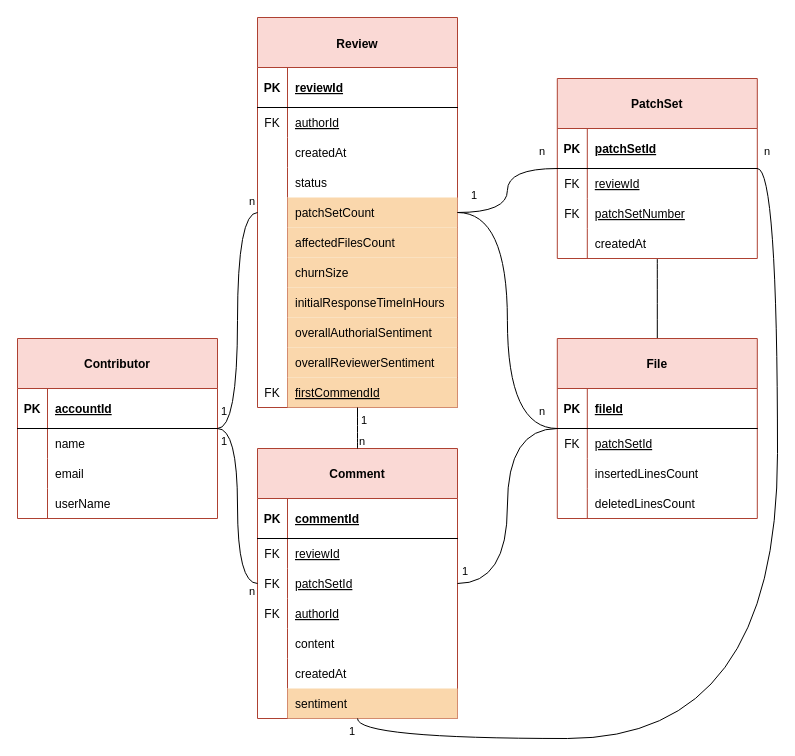
Earlier version of the draw.io diagram Untitled Diagram.drawio (kirschholzfink/cr_masterarbeit). Source tidied: cells renumbered, new cells numbered last; positions are measured from the earlier drawing's top-left corner, leaving out a move shared by most shapes. Both pictures are drawn from the tidied source at 100%, with x=0, y=0 at pixel (17, 17).
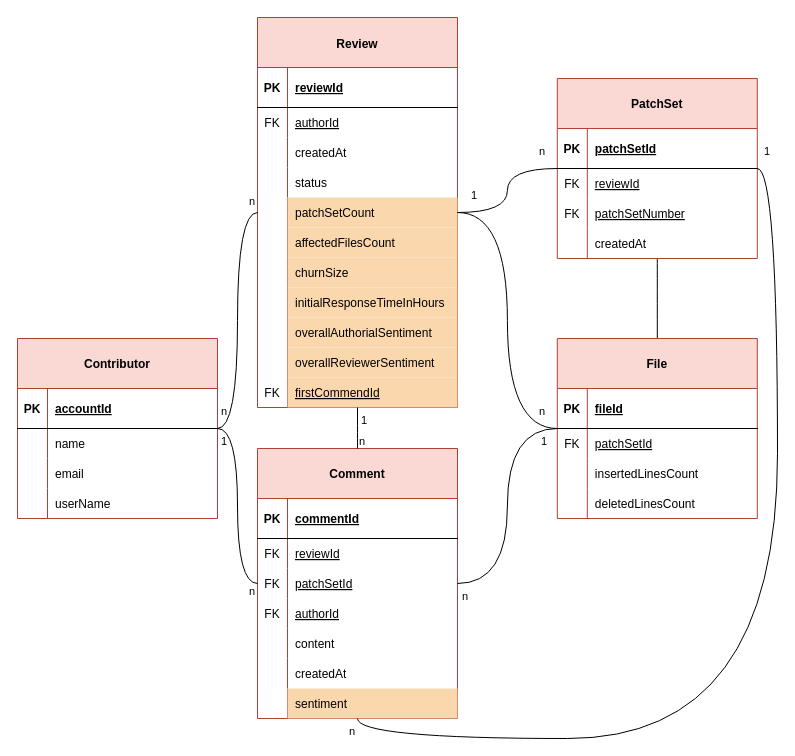
After the change.

Commit message:
v2_openstack_uml modifiy multiplicities

The change refers to these unchanged cells:
```xml
<mxCell id="98" style="endArrow=none;html=1;endSize=12;startArrow=none;startSize=14;startFill=0;edgeStyle=orthogonalEdgeStyle;fontFamily=Helvetica;strokeWidth=1;curved=1;" parent="1" edge="1" source="2" target="72">
  <mxGeometry relative="1" as="geometry" />
</mxCell>
<mxCell id="112" style="endArrow=none;html=1;endSize=12;startArrow=none;startSize=14;startFill=0;edgeStyle=orthogonalEdgeStyle;fontFamily=Helvetica;strokeWidth=1;curved=1;" parent="1" edge="1" source="59" target="36">
  <mxGeometry relative="1" as="geometry">
    <Array as="points">
      <mxPoint x="760" y="151" />
      <mxPoint x="760" y="721" />
      <mxPoint x="340" y="721" />
    </Array>
  </mxGeometry>
</mxCell>
<mxCell id="115" style="endArrow=none;html=1;endSize=12;startArrow=none;startSize=14;startFill=0;edgeStyle=orthogonalEdgeStyle;fontFamily=Helvetica;strokeWidth=1;curved=1;" parent="1" edge="1" source="85" target="36">
  <mxGeometry relative="1" as="geometry" />
</mxCell>
```

Change to the diagram source:
```diff
@@
-    <mxCell id="100" value="1" style="edgeLabel;html=1;align=right;verticalAlign=top;labelBackgroundColor=none;labelBorderColor=none;fontFamily=Helvetica;strokeWidth=2;fillColor=#BAC8D3;gradientColor=none;" parent="98" vertex="1">
+    <mxCell id="100" value="n" style="edgeLabel;html=1;align=right;verticalAlign=top;labelBackgroundColor=none;labelBorderColor=none;fontFamily=Helvetica;strokeWidth=2;fillColor=#BAC8D3;gradientColor=none;" parent="98" vertex="1">
       <mxGeometry x="1" relative="1" as="geometry">
         <mxPoint x="10" y="-30" as="offset" />
       </mxGeometry>
     </mxCell>
@@
-    <mxCell id="113" value="n" style="edgeLabel;html=1;align=left;verticalAlign=top;labelBackgroundColor=none;labelBorderColor=none;fontFamily=Helvetica;strokeWidth=2;fillColor=#BAC8D3;gradientColor=none;" parent="112" vertex="1">
+    <mxCell id="113" value="1" style="edgeLabel;html=1;align=left;verticalAlign=top;labelBackgroundColor=none;labelBorderColor=none;fontFamily=Helvetica;strokeWidth=2;fillColor=#BAC8D3;gradientColor=none;" parent="112" vertex="1">
       <mxGeometry x="-1" relative="1" as="geometry">
         <mxPoint x="5" y="-30" as="offset" />
       </mxGeometry>
     </mxCell>
-    <mxCell id="114" value="1" style="edgeLabel;html=1;align=right;verticalAlign=top;labelBackgroundColor=none;labelBorderColor=none;fontFamily=Helvetica;strokeWidth=2;fillColor=#BAC8D3;gradientColor=none;" parent="112" vertex="1">
+    <mxCell id="114" value="n" style="edgeLabel;html=1;align=right;verticalAlign=top;labelBackgroundColor=none;labelBorderColor=none;fontFamily=Helvetica;strokeWidth=2;fillColor=#BAC8D3;gradientColor=none;" parent="112" vertex="1">
       <mxGeometry x="1" relative="1" as="geometry">
         <mxPoint x="-2" as="offset" />
       </mxGeometry>
     </mxCell>
@@
-    <mxCell id="116" value="1" style="edgeLabel;html=1;align=right;verticalAlign=top;labelBackgroundColor=none;labelBorderColor=none;fontFamily=Helvetica;strokeWidth=2;fillColor=#BAC8D3;gradientColor=none;" parent="115" vertex="1">
+    <mxCell id="116" value="n" style="edgeLabel;html=1;align=right;verticalAlign=top;labelBackgroundColor=none;labelBorderColor=none;fontFamily=Helvetica;strokeWidth=2;fillColor=#BAC8D3;gradientColor=none;" parent="115" vertex="1">
       <mxGeometry x="1" relative="1" as="geometry">
-        <mxPoint x="11" y="-25" as="offset" />
+        <mxPoint x="11" as="offset" />
       </mxGeometry>
     </mxCell>
+    <mxCell id="117" value="1" style="edgeLabel;html=1;align=right;verticalAlign=top;labelBackgroundColor=none;labelBorderColor=none;fontFamily=Helvetica;strokeWidth=2;fillColor=#BAC8D3;gradientColor=none;" parent="1" vertex="1">
+      <mxGeometry x="530" y="411" as="geometry" />
+    </mxCell>
```
